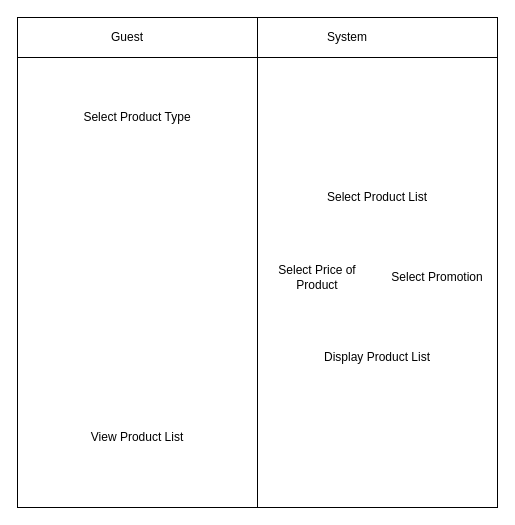
Above: ActivityDiagram.drawio in DoChuan13/JV_MD03_SS20_TH_01-3-CommercialCase (draw.io), before the change. Source tidied: cells renumbered, new cells numbered last; positions are measured from the earlier drawing's top-left corner, leaving out a move shared by most shapes. Both pictures are drawn from the tidied source at 100%, with x=0, y=0 at pixel (17, 17).
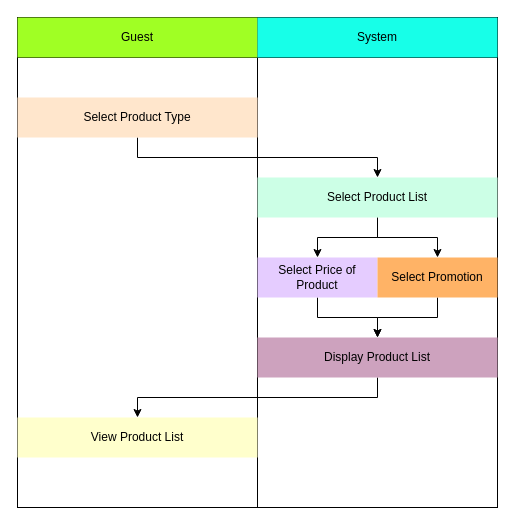
Above is the later version.

Change to the diagram source:
```diff
@@
 <mxGraphModel>
   <root>
     <mxCell id="0" />
     <mxCell id="1" parent="0" />
     <mxCell id="2" style="shape=internalStorage;whiteSpace=wrap;html=1;backgroundOutline=1;dx=240;dy=40;" parent="1" vertex="1">
       <mxGeometry width="480" height="490" as="geometry" />
     </mxCell>
-    <mxCell id="3" value="Guest" style="text;html=1;strokeColor=none;fillColor=none;align=center;verticalAlign=middle;whiteSpace=wrap;rounded=0;" parent="1" vertex="1">
-      <mxGeometry width="220" height="40" as="geometry" />
+    <mxCell id="3" value="Guest" style="text;html=1;strokeColor=none;fillColor=#A0FF24;align=center;verticalAlign=middle;whiteSpace=wrap;rounded=0;" parent="1" vertex="1">
+      <mxGeometry width="240" height="40" as="geometry" />
     </mxCell>
-    <mxCell id="4" value="System" style="text;html=1;strokeColor=none;fillColor=none;align=center;verticalAlign=middle;whiteSpace=wrap;rounded=0;" parent="1" vertex="1">
-      <mxGeometry x="220" width="220" height="40" as="geometry" />
+    <mxCell id="4" value="System" style="text;html=1;strokeColor=none;fillColor=#17FFE8;align=center;verticalAlign=middle;whiteSpace=wrap;rounded=0;" parent="1" vertex="1">
+      <mxGeometry x="240" width="240" height="40" as="geometry" />
     </mxCell>
+    <mxCell id="11" style="edgeStyle=orthogonalEdgeStyle;rounded=0;jettySize=auto;html=1;" parent="1" edge="1" source="5" target="6">
+      <mxGeometry relative="1" as="geometry" />
+    </mxCell>
-    <mxCell id="5" value="Select Product Type" style="text;html=1;strokeColor=none;fillColor=none;align=center;verticalAlign=middle;whiteSpace=wrap;rounded=0;" parent="1" vertex="1">
+    <mxCell id="5" value="Select Product Type" style="text;html=1;strokeColor=none;fillColor=#FFE6CC;align=center;verticalAlign=middle;whiteSpace=wrap;rounded=0;" parent="1" vertex="1">
       <mxGeometry y="80" width="240" height="40" as="geometry" />
     </mxCell>
+    <mxCell id="12" style="edgeStyle=orthogonalEdgeStyle;rounded=0;jettySize=auto;html=1;" parent="1" edge="1" source="6" target="7">
+      <mxGeometry relative="1" as="geometry" />
+    </mxCell>
+    <mxCell id="13" style="edgeStyle=orthogonalEdgeStyle;rounded=0;jettySize=auto;html=1;" parent="1" edge="1" source="6" target="8">
+      <mxGeometry relative="1" as="geometry" />
+    </mxCell>
-    <mxCell id="6" value="Select Product List" style="text;html=1;strokeColor=none;fillColor=none;align=center;verticalAlign=middle;whiteSpace=wrap;rounded=0;" parent="1" vertex="1">
+    <mxCell id="6" value="Select Product List" style="text;html=1;strokeColor=none;fillColor=#CCFFE6;align=center;verticalAlign=middle;whiteSpace=wrap;rounded=0;" parent="1" vertex="1">
       <mxGeometry x="240" y="160" width="240" height="40" as="geometry" />
     </mxCell>
+    <mxCell id="14" style="edgeStyle=orthogonalEdgeStyle;rounded=0;jettySize=auto;html=1;" parent="1" edge="1" source="7" target="9">
+      <mxGeometry relative="1" as="geometry" />
+    </mxCell>
-    <mxCell id="7" value="Select Price of Product" style="text;html=1;strokeColor=none;fillColor=none;align=center;verticalAlign=middle;whiteSpace=wrap;rounded=0;" parent="1" vertex="1">
+    <mxCell id="7" value="Select Price of Product" style="text;html=1;strokeColor=none;fillColor=#E5CCFF;align=center;verticalAlign=middle;whiteSpace=wrap;rounded=0;" parent="1" vertex="1">
       <mxGeometry x="240" y="240" width="120" height="40" as="geometry" />
     </mxCell>
+    <mxCell id="15" style="edgeStyle=orthogonalEdgeStyle;rounded=0;jettySize=auto;html=1;entryX=0.5;entryY=0;entryDx=0;entryDy=0;" parent="1" edge="1" source="8" target="9">
+      <mxGeometry relative="1" as="geometry" />
+    </mxCell>
-    <mxCell id="8" value="Select Promotion" style="text;html=1;strokeColor=none;fillColor=none;align=center;verticalAlign=middle;whiteSpace=wrap;rounded=0;" parent="1" vertex="1">
+    <mxCell id="8" value="Select Promotion" style="text;html=1;strokeColor=none;fillColor=#FFB366;align=center;verticalAlign=middle;whiteSpace=wrap;rounded=0;" parent="1" vertex="1">
       <mxGeometry x="360" y="240" width="120" height="40" as="geometry" />
     </mxCell>
+    <mxCell id="16" style="edgeStyle=orthogonalEdgeStyle;rounded=0;jettySize=auto;html=1;" parent="1" edge="1" source="9" target="10">
+      <mxGeometry relative="1" as="geometry" />
+    </mxCell>
-    <mxCell id="9" value="Display Product List" style="text;html=1;strokeColor=none;fillColor=none;align=center;verticalAlign=middle;whiteSpace=wrap;rounded=0;" parent="1" vertex="1">
+    <mxCell id="9" value="Display Product List" style="text;html=1;strokeColor=none;fillColor=#CDA2BE;align=center;verticalAlign=middle;whiteSpace=wrap;rounded=0;" parent="1" vertex="1">
       <mxGeometry x="240" y="320" width="240" height="40" as="geometry" />
     </mxCell>
-    <mxCell id="10" value="View Product List" style="text;html=1;strokeColor=none;fillColor=none;align=center;verticalAlign=middle;whiteSpace=wrap;rounded=0;" parent="1" vertex="1">
+    <mxCell id="10" value="View Product List" style="text;html=1;strokeColor=none;fillColor=#FFFFCC;align=center;verticalAlign=middle;whiteSpace=wrap;rounded=0;" parent="1" vertex="1">
       <mxGeometry y="400" width="240" height="40" as="geometry" />
     </mxCell>
   </root>
 </mxGraphModel>
```
